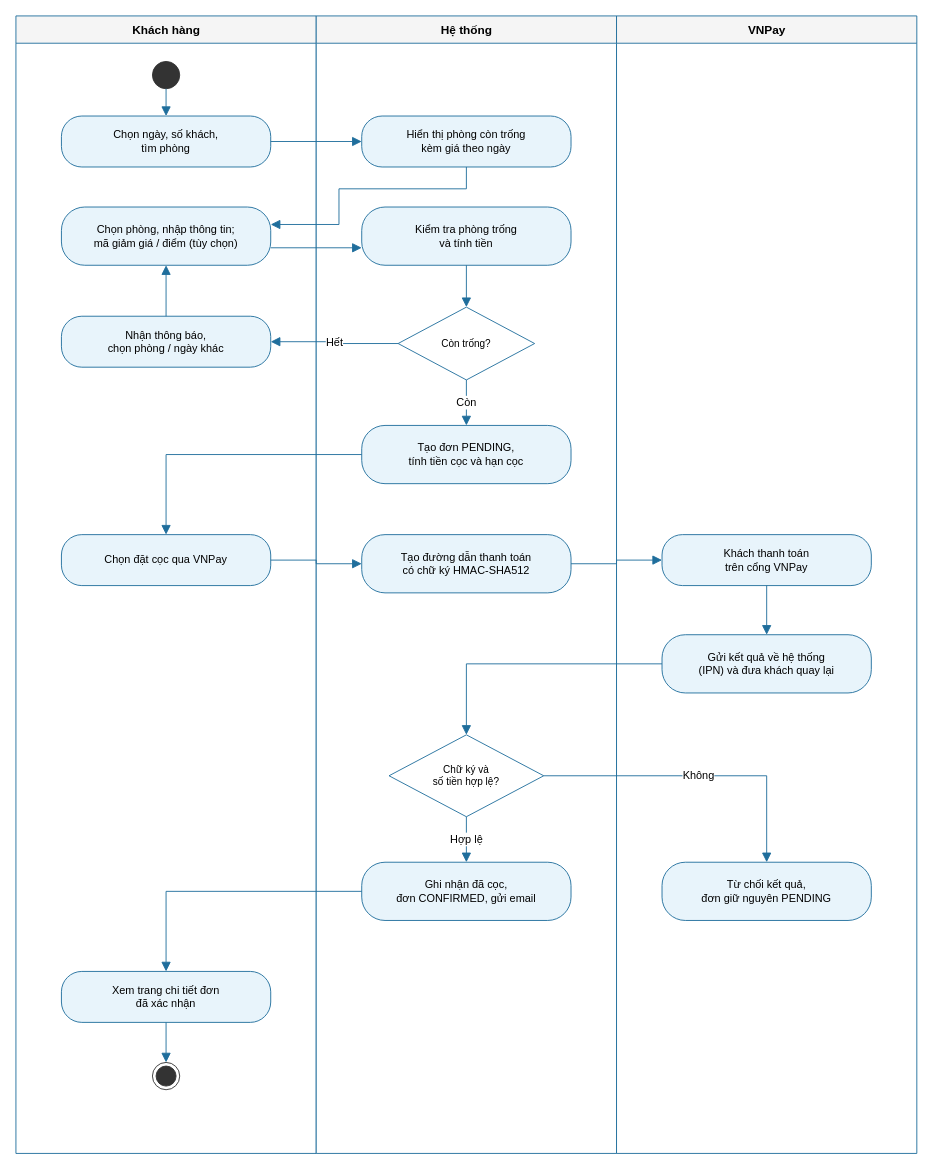
ngynquchn2511/beach-hotel keeps this draw.io diagram as docs/thiet-ke/hd-dat-phong-dat-coc.drawio. Above is the earlier version. Source tidied: cells renumbered, new cells numbered last; positions are measured from the earlier drawing's top-left corner, leaving out a move shared by most shapes. Both pictures are drawn from the tidied source at 91%, with x=0, y=0 at pixel (15, 15).
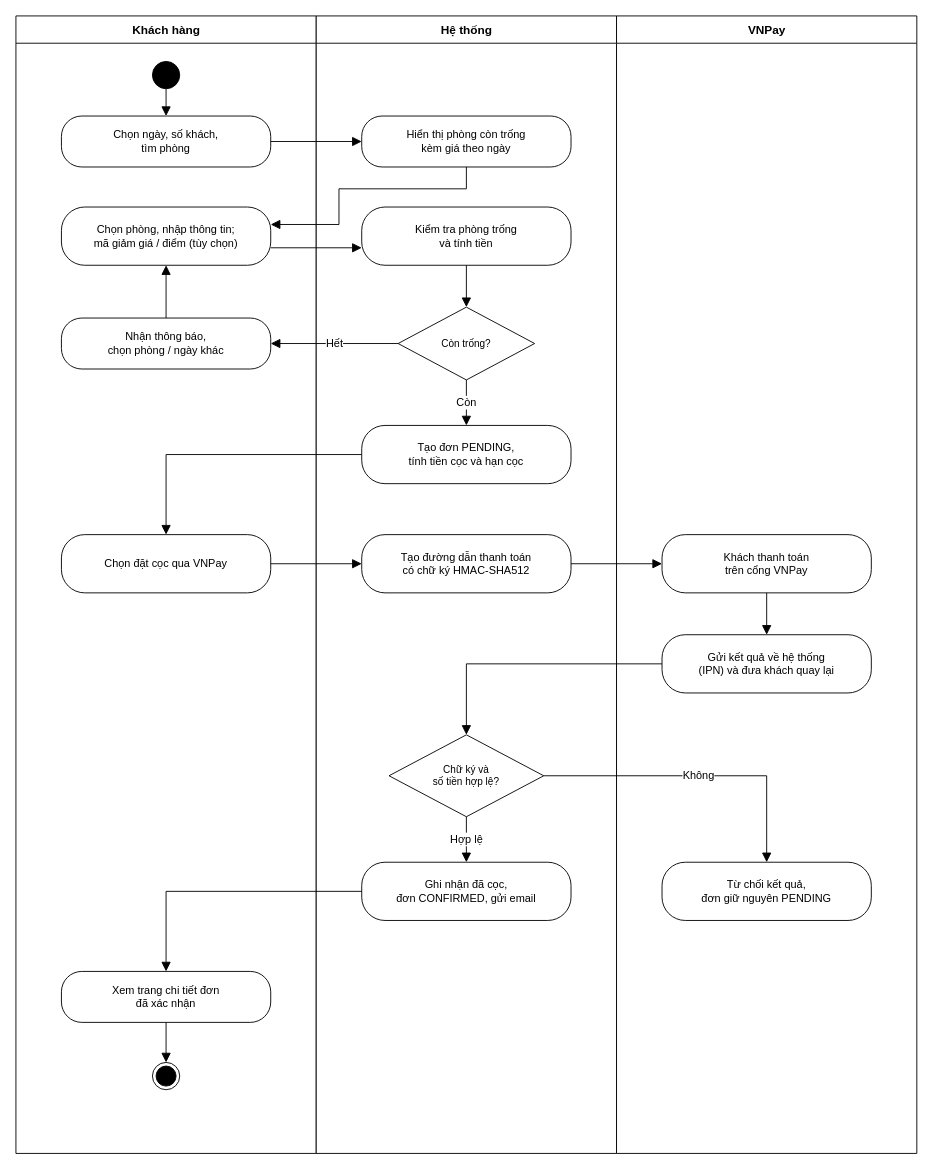
Above is the later version.

What changed in the source:
```diff
@@
-    <mxCell id="2" value="Khách hàng" style="swimlane;horizontal=1;startSize=30;html=1;fillColor=#F5F5F5;strokeColor=#1F6E9C;fontSize=13;fontStyle=1;swimlaneFillColor=#FFFFFF;" parent="1" vertex="1">
+    <mxCell id="2" value="Khách hàng" style="swimlane;horizontal=1;startSize=30;html=1;fillColor=#FFFFFF;strokeColor=#000000;fontSize=13;fontStyle=1;swimlaneFillColor=#FFFFFF;" parent="1" vertex="1">
       <mxGeometry width="330" height="1250" as="geometry" />
     </mxCell>
-    <mxCell id="3" value="Hệ thống" style="swimlane;horizontal=1;startSize=30;html=1;fillColor=#F5F5F5;strokeColor=#1F6E9C;fontSize=13;fontStyle=1;swimlaneFillColor=#FFFFFF;" parent="1" vertex="1">
+    <mxCell id="3" value="Hệ thống" style="swimlane;horizontal=1;startSize=30;html=1;fillColor=#FFFFFF;strokeColor=#000000;fontSize=13;fontStyle=1;swimlaneFillColor=#FFFFFF;" parent="1" vertex="1">
       <mxGeometry x="330" width="330" height="1250" as="geometry" />
     </mxCell>
-    <mxCell id="4" value="VNPay" style="swimlane;horizontal=1;startSize=30;html=1;fillColor=#F5F5F5;strokeColor=#1F6E9C;fontSize=13;fontStyle=1;swimlaneFillColor=#FFFFFF;" parent="1" vertex="1">
+    <mxCell id="4" value="VNPay" style="swimlane;horizontal=1;startSize=30;html=1;fillColor=#FFFFFF;strokeColor=#000000;fontSize=13;fontStyle=1;swimlaneFillColor=#FFFFFF;" parent="1" vertex="1">
       <mxGeometry x="660" width="330" height="1250" as="geometry" />
     </mxCell>
-    <mxCell id="5" style="ellipse;html=1;fillColor=#333333;strokeColor=#333333;" parent="1" vertex="1">
+    <mxCell id="5" style="ellipse;html=1;fillColor=#000000;strokeColor=#000000;" parent="1" vertex="1">
       <mxGeometry x="150" y="50" width="30" height="30" as="geometry" />
     </mxCell>
-    <mxCell id="6" value="Chọn ngày, số khách,&lt;br&gt;tìm phòng" style="rounded=1;whiteSpace=wrap;html=1;arcSize=40;fillColor=#E8F4FB;strokeColor=#1F6E9C;fontSize=12;" parent="1" vertex="1">
+    <mxCell id="6" value="Chọn ngày, số khách,&lt;br&gt;tìm phòng" style="rounded=1;whiteSpace=wrap;html=1;arcSize=40;fillColor=#FFFFFF;strokeColor=#000000;fontSize=12;" parent="1" vertex="1">
       <mxGeometry x="50" y="110" width="230" height="56" as="geometry" />
     </mxCell>
-    <mxCell id="7" value="Hiển thị phòng còn trống&lt;br&gt;kèm giá theo ngày" style="rounded=1;whiteSpace=wrap;html=1;arcSize=40;fillColor=#E8F4FB;strokeColor=#1F6E9C;fontSize=12;" parent="1" vertex="1">
+    <mxCell id="7" value="Hiển thị phòng còn trống&lt;br&gt;kèm giá theo ngày" style="rounded=1;whiteSpace=wrap;html=1;arcSize=40;fillColor=#FFFFFF;strokeColor=#000000;fontSize=12;" parent="1" vertex="1">
       <mxGeometry x="380" y="110" width="230" height="56" as="geometry" />
     </mxCell>
-    <mxCell id="8" value="Chọn phòng, nhập thông tin;&lt;br&gt;mã giảm giá / điểm (tùy chọn)" style="rounded=1;whiteSpace=wrap;html=1;arcSize=40;fillColor=#E8F4FB;strokeColor=#1F6E9C;fontSize=12;" parent="1" vertex="1">
+    <mxCell id="8" value="Chọn phòng, nhập thông tin;&lt;br&gt;mã giảm giá / điểm (tùy chọn)" style="rounded=1;whiteSpace=wrap;html=1;arcSize=40;fillColor=#FFFFFF;strokeColor=#000000;fontSize=12;" parent="1" vertex="1">
       <mxGeometry x="50" y="210" width="230" height="64" as="geometry" />
     </mxCell>
-    <mxCell id="9" value="Kiểm tra phòng trống&lt;br&gt;và tính tiền" style="rounded=1;whiteSpace=wrap;html=1;arcSize=40;fillColor=#E8F4FB;strokeColor=#1F6E9C;fontSize=12;" parent="1" vertex="1">
+    <mxCell id="9" value="Kiểm tra phòng trống&lt;br&gt;và tính tiền" style="rounded=1;whiteSpace=wrap;html=1;arcSize=40;fillColor=#FFFFFF;strokeColor=#000000;fontSize=12;" parent="1" vertex="1">
       <mxGeometry x="380" y="210" width="230" height="64" as="geometry" />
     </mxCell>
-    <mxCell id="10" value="Còn trống?" style="rhombus;whiteSpace=wrap;html=1;fillColor=#FFFFFF;strokeColor=#1F6E9C;fontSize=11;" parent="1" vertex="1">
+    <mxCell id="10" value="Còn trống?" style="rhombus;whiteSpace=wrap;html=1;fillColor=#FFFFFF;strokeColor=#000000;fontSize=11;" parent="1" vertex="1">
       <mxGeometry x="420" y="320" width="150" height="80" as="geometry" />
     </mxCell>
-    <mxCell id="11" value="Nhận thông báo,&lt;br&gt;chọn phòng / ngày khác" style="rounded=1;whiteSpace=wrap;html=1;arcSize=40;fillColor=#E8F4FB;strokeColor=#1F6E9C;fontSize=12;" parent="1" vertex="1">
-      <mxGeometry x="50" y="330" width="230" height="56" as="geometry" />
+    <mxCell id="11" value="Nhận thông báo,&lt;br&gt;chọn phòng / ngày khác" style="rounded=1;whiteSpace=wrap;html=1;arcSize=40;fillColor=#FFFFFF;strokeColor=#000000;fontSize=12;" parent="1" vertex="1">
+      <mxGeometry x="50" y="332" width="230" height="56" as="geometry" />
     </mxCell>
-    <mxCell id="12" value="Tạo đơn PENDING,&lt;br&gt;tính tiền cọc và hạn cọc" style="rounded=1;whiteSpace=wrap;html=1;arcSize=40;fillColor=#E8F4FB;strokeColor=#1F6E9C;fontSize=12;" parent="1" vertex="1">
+    <mxCell id="12" value="Tạo đơn PENDING,&lt;br&gt;tính tiền cọc và hạn cọc" style="rounded=1;whiteSpace=wrap;html=1;arcSize=40;fillColor=#FFFFFF;strokeColor=#000000;fontSize=12;" parent="1" vertex="1">
       <mxGeometry x="380" y="450" width="230" height="64" as="geometry" />
     </mxCell>
-    <mxCell id="13" value="Chọn đặt cọc qua VNPay" style="rounded=1;whiteSpace=wrap;html=1;arcSize=40;fillColor=#E8F4FB;strokeColor=#1F6E9C;fontSize=12;" parent="1" vertex="1">
-      <mxGeometry x="50" y="570" width="230" height="56" as="geometry" />
+    <mxCell id="13" value="Chọn đặt cọc qua VNPay" style="rounded=1;whiteSpace=wrap;html=1;arcSize=40;fillColor=#FFFFFF;strokeColor=#000000;fontSize=12;" parent="1" vertex="1">
+      <mxGeometry x="50" y="570" width="230" height="64" as="geometry" />
     </mxCell>
-    <mxCell id="14" value="Tạo đường dẫn thanh toán&lt;br&gt;có chữ ký HMAC-SHA512" style="rounded=1;whiteSpace=wrap;html=1;arcSize=40;fillColor=#E8F4FB;strokeColor=#1F6E9C;fontSize=12;" parent="1" vertex="1">
+    <mxCell id="14" value="Tạo đường dẫn thanh toán&lt;br&gt;có chữ ký HMAC-SHA512" style="rounded=1;whiteSpace=wrap;html=1;arcSize=40;fillColor=#FFFFFF;strokeColor=#000000;fontSize=12;" parent="1" vertex="1">
       <mxGeometry x="380" y="570" width="230" height="64" as="geometry" />
     </mxCell>
-    <mxCell id="15" value="Khách thanh toán&lt;br&gt;trên cổng VNPay" style="rounded=1;whiteSpace=wrap;html=1;arcSize=40;fillColor=#E8F4FB;strokeColor=#1F6E9C;fontSize=12;" parent="1" vertex="1">
-      <mxGeometry x="710" y="570" width="230" height="56" as="geometry" />
+    <mxCell id="15" value="Khách thanh toán&lt;br&gt;trên cổng VNPay" style="rounded=1;whiteSpace=wrap;html=1;arcSize=40;fillColor=#FFFFFF;strokeColor=#000000;fontSize=12;" parent="1" vertex="1">
+      <mxGeometry x="710" y="570" width="230" height="64" as="geometry" />
     </mxCell>
-    <mxCell id="16" value="Gửi kết quả về hệ thống&lt;br&gt;(IPN) và đưa khách quay lại" style="rounded=1;whiteSpace=wrap;html=1;arcSize=40;fillColor=#E8F4FB;strokeColor=#1F6E9C;fontSize=12;" parent="1" vertex="1">
+    <mxCell id="16" value="Gửi kết quả về hệ thống&lt;br&gt;(IPN) và đưa khách quay lại" style="rounded=1;whiteSpace=wrap;html=1;arcSize=40;fillColor=#FFFFFF;strokeColor=#000000;fontSize=12;" parent="1" vertex="1">
       <mxGeometry x="710" y="680" width="230" height="64" as="geometry" />
     </mxCell>
-    <mxCell id="17" value="Chữ ký và&lt;br&gt;số tiền hợp lệ?" style="rhombus;whiteSpace=wrap;html=1;fillColor=#FFFFFF;strokeColor=#1F6E9C;fontSize=11;" parent="1" vertex="1">
+    <mxCell id="17" value="Chữ ký và&lt;br&gt;số tiền hợp lệ?" style="rhombus;whiteSpace=wrap;html=1;fillColor=#FFFFFF;strokeColor=#000000;fontSize=11;" parent="1" vertex="1">
       <mxGeometry x="410" y="790" width="170" height="90" as="geometry" />
     </mxCell>
-    <mxCell id="18" value="Ghi nhận đã cọc,&lt;br&gt;đơn CONFIRMED, gửi email" style="rounded=1;whiteSpace=wrap;html=1;arcSize=40;fillColor=#E8F4FB;strokeColor=#1F6E9C;fontSize=12;" parent="1" vertex="1">
+    <mxCell id="18" value="Ghi nhận đã cọc,&lt;br&gt;đơn CONFIRMED, gửi email" style="rounded=1;whiteSpace=wrap;html=1;arcSize=40;fillColor=#FFFFFF;strokeColor=#000000;fontSize=12;" parent="1" vertex="1">
       <mxGeometry x="380" y="930" width="230" height="64" as="geometry" />
     </mxCell>
-    <mxCell id="19" value="Từ chối kết quả,&lt;br&gt;đơn giữ nguyên PENDING" style="rounded=1;whiteSpace=wrap;html=1;arcSize=40;fillColor=#E8F4FB;strokeColor=#1F6E9C;fontSize=12;" parent="1" vertex="1">
+    <mxCell id="19" value="Từ chối kết quả,&lt;br&gt;đơn giữ nguyên PENDING" style="rounded=1;whiteSpace=wrap;html=1;arcSize=40;fillColor=#FFFFFF;strokeColor=#000000;fontSize=12;" parent="1" vertex="1">
       <mxGeometry x="710" y="930" width="230" height="64" as="geometry" />
     </mxCell>
-    <mxCell id="20" value="Xem trang chi tiết đơn&lt;br&gt;đã xác nhận" style="rounded=1;whiteSpace=wrap;html=1;arcSize=40;fillColor=#E8F4FB;strokeColor=#1F6E9C;fontSize=12;" parent="1" vertex="1">
+    <mxCell id="20" value="Xem trang chi tiết đơn&lt;br&gt;đã xác nhận" style="rounded=1;whiteSpace=wrap;html=1;arcSize=40;fillColor=#FFFFFF;strokeColor=#000000;fontSize=12;" parent="1" vertex="1">
       <mxGeometry x="50" y="1050" width="230" height="56" as="geometry" />
     </mxCell>
-    <mxCell id="21" style="ellipse;html=1;shape=endState;fillColor=#333333;strokeColor=#333333;" parent="1" vertex="1">
+    <mxCell id="21" style="ellipse;html=1;shape=endState;fillColor=#000000;strokeColor=#000000;" parent="1" vertex="1">
       <mxGeometry x="150" y="1150" width="30" height="30" as="geometry" />
     </mxCell>
-    <mxCell id="22" style="edgeStyle=orthogonalEdgeStyle;rounded=0;html=1;endArrow=block;endFill=1;endSize=8;strokeColor=#1F6E9C;fontSize=12;labelBackgroundColor=#FFFFFF;" parent="1" edge="1" source="5" target="6">
+    <mxCell id="22" style="edgeStyle=orthogonalEdgeStyle;rounded=0;html=1;endArrow=block;endFill=1;endSize=8;strokeColor=#000000;fontSize=12;labelBackgroundColor=#FFFFFF;" parent="1" edge="1" source="5" target="6">
       <mxGeometry relative="1" as="geometry" />
     </mxCell>
-    <mxCell id="23" style="edgeStyle=orthogonalEdgeStyle;rounded=0;html=1;endArrow=block;endFill=1;endSize=8;strokeColor=#1F6E9C;fontSize=12;labelBackgroundColor=#FFFFFF;" parent="1" edge="1" source="9" target="10">
+    <mxCell id="23" style="edgeStyle=orthogonalEdgeStyle;rounded=0;html=1;endArrow=block;endFill=1;endSize=8;strokeColor=#000000;fontSize=12;labelBackgroundColor=#FFFFFF;" parent="1" edge="1" source="9" target="10">
       <mxGeometry relative="1" as="geometry" />
     </mxCell>
-    <mxCell id="24" style="edgeStyle=orthogonalEdgeStyle;rounded=0;html=1;endArrow=block;endFill=1;endSize=8;strokeColor=#1F6E9C;fontSize=12;labelBackgroundColor=#FFFFFF;" parent="1" edge="1" source="14" target="15">
+    <mxCell id="24" style="edgeStyle=orthogonalEdgeStyle;rounded=0;html=1;endArrow=block;endFill=1;endSize=8;strokeColor=#000000;fontSize=12;labelBackgroundColor=#FFFFFF;" parent="1" edge="1" source="14" target="15">
       <mxGeometry relative="1" as="geometry" />
     </mxCell>
-    <mxCell id="25" style="edgeStyle=orthogonalEdgeStyle;rounded=0;html=1;endArrow=block;endFill=1;endSize=8;strokeColor=#1F6E9C;fontSize=12;labelBackgroundColor=#FFFFFF;" parent="1" edge="1" source="15" target="16">
+    <mxCell id="25" style="edgeStyle=orthogonalEdgeStyle;rounded=0;html=1;endArrow=block;endFill=1;endSize=8;strokeColor=#000000;fontSize=12;labelBackgroundColor=#FFFFFF;" parent="1" edge="1" source="15" target="16">
       <mxGeometry relative="1" as="geometry" />
     </mxCell>
-    <mxCell id="26" style="edgeStyle=orthogonalEdgeStyle;rounded=0;html=1;endArrow=block;endFill=1;endSize=8;strokeColor=#1F6E9C;fontSize=12;labelBackgroundColor=#FFFFFF;" parent="1" edge="1" source="16" target="17">
+    <mxCell id="26" style="edgeStyle=orthogonalEdgeStyle;rounded=0;html=1;endArrow=block;endFill=1;endSize=8;strokeColor=#000000;fontSize=12;labelBackgroundColor=#FFFFFF;" parent="1" edge="1" source="16" target="17">
       <mxGeometry relative="1" as="geometry" />
     </mxCell>
-    <mxCell id="27" style="edgeStyle=orthogonalEdgeStyle;rounded=0;html=1;endArrow=block;endFill=1;endSize=8;strokeColor=#1F6E9C;fontSize=12;labelBackgroundColor=#FFFFFF;" parent="1" edge="1" source="20" target="21">
+    <mxCell id="27" style="edgeStyle=orthogonalEdgeStyle;rounded=0;html=1;endArrow=block;endFill=1;endSize=8;strokeColor=#000000;fontSize=12;labelBackgroundColor=#FFFFFF;" parent="1" edge="1" source="20" target="21">
       <mxGeometry relative="1" as="geometry" />
     </mxCell>
-    <mxCell id="28" style="edgeStyle=orthogonalEdgeStyle;rounded=0;html=1;endArrow=block;endFill=1;endSize=8;strokeColor=#1F6E9C;fontSize=12;labelBackgroundColor=#FFFFFF;exitX=1;exitY=0.5;exitDx=0;exitDy=0;entryX=0;entryY=0.5;entryDx=0;entryDy=0;" parent="1" edge="1" source="6" target="7">
+    <mxCell id="28" style="edgeStyle=orthogonalEdgeStyle;rounded=0;html=1;endArrow=block;endFill=1;endSize=8;strokeColor=#000000;fontSize=12;labelBackgroundColor=#FFFFFF;exitX=1;exitY=0.5;exitDx=0;exitDy=0;entryX=0;entryY=0.5;entryDx=0;entryDy=0;" parent="1" edge="1" source="6" target="7">
       <mxGeometry relative="1" as="geometry" />
     </mxCell>
-    <mxCell id="29" style="edgeStyle=orthogonalEdgeStyle;rounded=0;html=1;endArrow=block;endFill=1;endSize=8;strokeColor=#1F6E9C;fontSize=12;labelBackgroundColor=#FFFFFF;exitX=0.5;exitY=1;exitDx=0;exitDy=0;entryX=1;entryY=0.3;entryDx=0;entryDy=0;" parent="1" edge="1" source="7" target="8">
+    <mxCell id="29" style="edgeStyle=orthogonalEdgeStyle;rounded=0;html=1;endArrow=block;endFill=1;endSize=8;strokeColor=#000000;fontSize=12;labelBackgroundColor=#FFFFFF;exitX=0.5;exitY=1;exitDx=0;exitDy=0;entryX=1;entryY=0.3;entryDx=0;entryDy=0;" parent="1" edge="1" source="7" target="8">
       <mxGeometry relative="1" as="geometry">
         <Array as="points">
           <mxPoint x="495" y="190" />
           <mxPoint x="355" y="190" />
           <mxPoint x="355" y="229" />
         </Array>
       </mxGeometry>
     </mxCell>
-    <mxCell id="30" style="edgeStyle=orthogonalEdgeStyle;rounded=0;html=1;endArrow=block;endFill=1;endSize=8;strokeColor=#1F6E9C;fontSize=12;labelBackgroundColor=#FFFFFF;exitX=1;exitY=0.7;exitDx=0;exitDy=0;entryX=0;entryY=0.7;entryDx=0;entryDy=0;" parent="1" edge="1" source="8" target="9">
+    <mxCell id="30" style="edgeStyle=orthogonalEdgeStyle;rounded=0;html=1;endArrow=block;endFill=1;endSize=8;strokeColor=#000000;fontSize=12;labelBackgroundColor=#FFFFFF;exitX=1;exitY=0.7;exitDx=0;exitDy=0;entryX=0;entryY=0.7;entryDx=0;entryDy=0;" parent="1" edge="1" source="8" target="9">
       <mxGeometry relative="1" as="geometry" />
     </mxCell>
-    <mxCell id="31" style="edgeStyle=orthogonalEdgeStyle;rounded=0;html=1;endArrow=block;endFill=1;endSize=8;strokeColor=#1F6E9C;fontSize=12;labelBackgroundColor=#FFFFFF;exitX=0;exitY=0.5;exitDx=0;exitDy=0;entryX=0.5;entryY=0;entryDx=0;entryDy=0;" parent="1" edge="1" source="12" target="13">
+    <mxCell id="31" style="edgeStyle=orthogonalEdgeStyle;rounded=0;html=1;endArrow=block;endFill=1;endSize=8;strokeColor=#000000;fontSize=12;labelBackgroundColor=#FFFFFF;exitX=0;exitY=0.5;exitDx=0;exitDy=0;entryX=0.5;entryY=0;entryDx=0;entryDy=0;" parent="1" edge="1" source="12" target="13">
       <mxGeometry relative="1" as="geometry" />
     </mxCell>
-    <mxCell id="32" style="edgeStyle=orthogonalEdgeStyle;rounded=0;html=1;endArrow=block;endFill=1;endSize=8;strokeColor=#1F6E9C;fontSize=12;labelBackgroundColor=#FFFFFF;exitX=1;exitY=0.5;exitDx=0;exitDy=0;entryX=0;entryY=0.5;entryDx=0;entryDy=0;" parent="1" edge="1" source="13" target="14">
+    <mxCell id="32" style="edgeStyle=orthogonalEdgeStyle;rounded=0;html=1;endArrow=block;endFill=1;endSize=8;strokeColor=#000000;fontSize=12;labelBackgroundColor=#FFFFFF;exitX=1;exitY=0.5;exitDx=0;exitDy=0;entryX=0;entryY=0.5;entryDx=0;entryDy=0;" parent="1" edge="1" source="13" target="14">
       <mxGeometry relative="1" as="geometry" />
     </mxCell>
-    <mxCell id="33" style="edgeStyle=orthogonalEdgeStyle;rounded=0;html=1;endArrow=block;endFill=1;endSize=8;strokeColor=#1F6E9C;fontSize=12;labelBackgroundColor=#FFFFFF;exitX=0;exitY=0.5;exitDx=0;exitDy=0;entryX=0.5;entryY=0;entryDx=0;entryDy=0;" parent="1" edge="1" source="18" target="20">
+    <mxCell id="33" style="edgeStyle=orthogonalEdgeStyle;rounded=0;html=1;endArrow=block;endFill=1;endSize=8;strokeColor=#000000;fontSize=12;labelBackgroundColor=#FFFFFF;exitX=0;exitY=0.5;exitDx=0;exitDy=0;entryX=0.5;entryY=0;entryDx=0;entryDy=0;" parent="1" edge="1" source="18" target="20">
       <mxGeometry relative="1" as="geometry" />
     </mxCell>
-    <mxCell id="34" value="Còn" style="edgeStyle=orthogonalEdgeStyle;rounded=0;html=1;endArrow=block;endFill=1;endSize=8;strokeColor=#1F6E9C;fontSize=12;labelBackgroundColor=#FFFFFF;" parent="1" edge="1" source="10" target="12">
+    <mxCell id="34" value="Còn" style="edgeStyle=orthogonalEdgeStyle;rounded=0;html=1;endArrow=block;endFill=1;endSize=8;strokeColor=#000000;fontSize=12;labelBackgroundColor=#FFFFFF;" parent="1" edge="1" source="10" target="12">
       <mxGeometry relative="1" as="geometry" />
     </mxCell>
-    <mxCell id="35" value="Hết" style="edgeStyle=orthogonalEdgeStyle;rounded=0;html=1;endArrow=block;endFill=1;endSize=8;strokeColor=#1F6E9C;fontSize=12;labelBackgroundColor=#FFFFFF;" parent="1" edge="1" source="10" target="11">
+    <mxCell id="35" value="Hết" style="edgeStyle=orthogonalEdgeStyle;rounded=0;html=1;endArrow=block;endFill=1;endSize=8;strokeColor=#000000;fontSize=12;labelBackgroundColor=#FFFFFF;" parent="1" edge="1" source="10" target="11">
       <mxGeometry relative="1" as="geometry" />
     </mxCell>
-    <mxCell id="36" style="edgeStyle=orthogonalEdgeStyle;rounded=0;html=1;endArrow=block;endFill=1;endSize=8;strokeColor=#1F6E9C;fontSize=12;labelBackgroundColor=#FFFFFF;exitX=0.5;exitY=0;exitDx=0;exitDy=0;entryX=0.5;entryY=1;entryDx=0;entryDy=0;" parent="1" edge="1" source="11" target="8">
+    <mxCell id="36" style="edgeStyle=orthogonalEdgeStyle;rounded=0;html=1;endArrow=block;endFill=1;endSize=8;strokeColor=#000000;fontSize=12;labelBackgroundColor=#FFFFFF;exitX=0.5;exitY=0;exitDx=0;exitDy=0;entryX=0.5;entryY=1;entryDx=0;entryDy=0;" parent="1" edge="1" source="11" target="8">
       <mxGeometry relative="1" as="geometry" />
     </mxCell>
-    <mxCell id="37" value="Hợp lệ" style="edgeStyle=orthogonalEdgeStyle;rounded=0;html=1;endArrow=block;endFill=1;endSize=8;strokeColor=#1F6E9C;fontSize=12;labelBackgroundColor=#FFFFFF;" parent="1" edge="1" source="17" target="18">
+    <mxCell id="37" value="Hợp lệ" style="edgeStyle=orthogonalEdgeStyle;rounded=0;html=1;endArrow=block;endFill=1;endSize=8;strokeColor=#000000;fontSize=12;labelBackgroundColor=#FFFFFF;" parent="1" edge="1" source="17" target="18">
       <mxGeometry relative="1" as="geometry" />
     </mxCell>
-    <mxCell id="38" value="Không" style="edgeStyle=orthogonalEdgeStyle;rounded=0;html=1;endArrow=block;endFill=1;endSize=8;strokeColor=#1F6E9C;fontSize=12;labelBackgroundColor=#FFFFFF;" parent="1" edge="1" source="17" target="19">
+    <mxCell id="38" value="Không" style="edgeStyle=orthogonalEdgeStyle;rounded=0;html=1;endArrow=block;endFill=1;endSize=8;strokeColor=#000000;fontSize=12;labelBackgroundColor=#FFFFFF;" parent="1" edge="1" source="17" target="19">
       <mxGeometry relative="1" as="geometry" />
     </mxCell>
```
